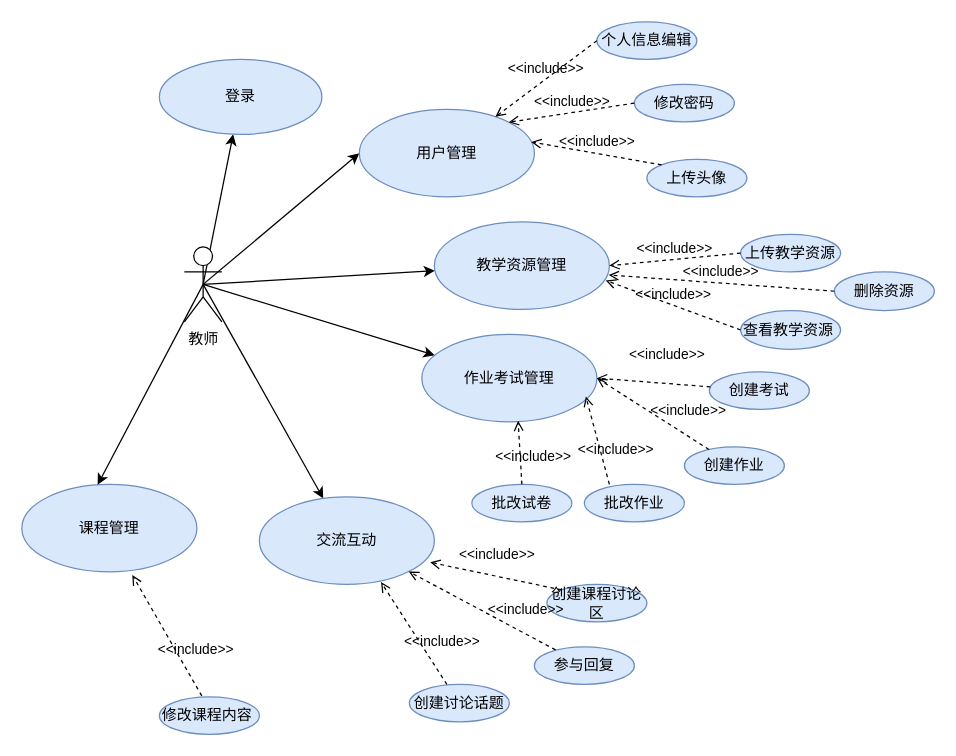
This is Untitled Diagram.drawio from ytrLove/text_repo, a draw.io file, before an edit. Source tidied: cells renumbered, new cells numbered last; positions are measured from the earlier drawing's top-left corner, leaving out a move shared by most shapes. Both pictures are drawn from the tidied source at 125%, with x=0, y=0 at pixel (21, 21).
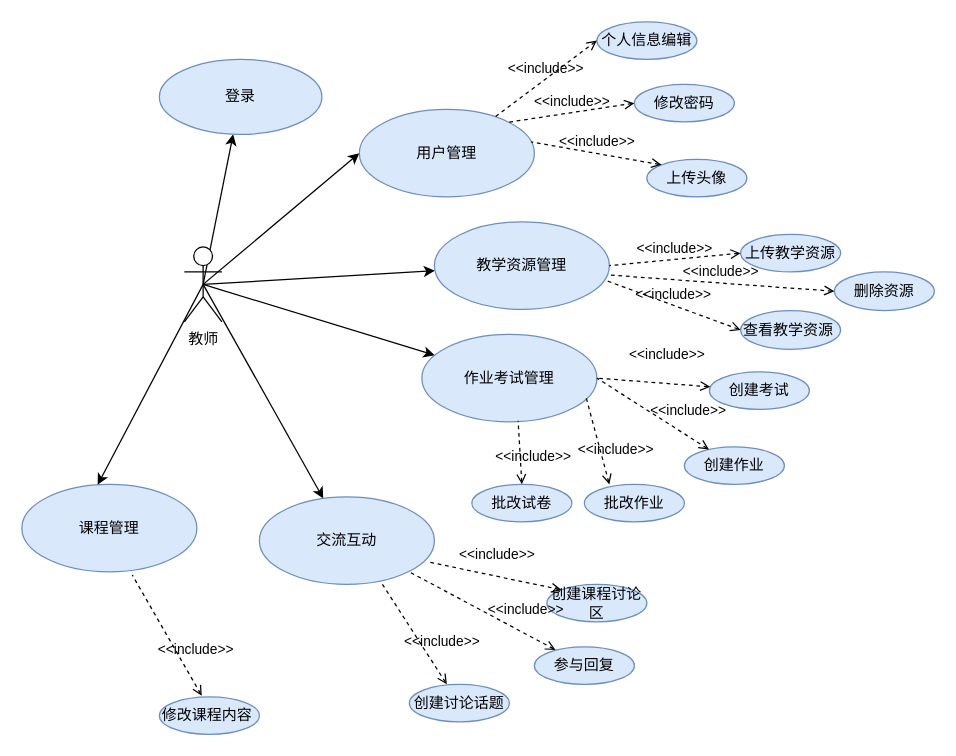
After the change.

Commit message:
教师用例图.drawio

Unchanged cells that the change refers to:
```xml
<mxCell id="9" value="用户管理" style="ellipse;whiteSpace=wrap;html=1;fillColor=#dae8fc;strokeColor=#6c8ebf;" parent="1" vertex="1">
  <mxGeometry x="270" y="70" width="140" height="70" as="geometry" />
</mxCell>
<mxCell id="10" value="教学资源管理" style="ellipse;whiteSpace=wrap;html=1;strokeColor=#6c8ebf;fillColor=#dae8fc;" parent="1" vertex="1">
  <mxGeometry x="330" y="160" width="140" height="70" as="geometry" />
</mxCell>
<mxCell id="11" value="作业考试管理" style="ellipse;whiteSpace=wrap;html=1;strokeColor=#6c8ebf;fillColor=#dae8fc;" parent="1" vertex="1">
  <mxGeometry x="320" y="250" width="140" height="70" as="geometry" />
</mxCell>
<mxCell id="12" value="交流互动" style="ellipse;whiteSpace=wrap;html=1;strokeColor=#6c8ebf;fillColor=#dae8fc;" parent="1" vertex="1">
  <mxGeometry x="190" y="380" width="140" height="70" as="geometry" />
</mxCell>
<mxCell id="13" value="课程管理" style="ellipse;whiteSpace=wrap;html=1;strokeColor=#6c8ebf;fillColor=#dae8fc;" parent="1" vertex="1">
  <mxGeometry y="370" width="140" height="70" as="geometry" />
</mxCell>
<mxCell id="15" value="个人信息编辑" style="ellipse;whiteSpace=wrap;html=1;strokeColor=#6c8ebf;fillColor=#dae8fc;" parent="1" vertex="1">
  <mxGeometry x="460" width="80" height="30" as="geometry" />
</mxCell>
<mxCell id="16" value="修改密码" style="ellipse;whiteSpace=wrap;html=1;strokeColor=#6c8ebf;fillColor=#dae8fc;" parent="1" vertex="1">
  <mxGeometry x="490" y="50" width="80" height="30" as="geometry" />
</mxCell>
<mxCell id="18" value="上传头像" style="ellipse;whiteSpace=wrap;html=1;strokeColor=#6c8ebf;fillColor=#dae8fc;" parent="1" vertex="1">
  <mxGeometry x="500" y="110" width="80" height="30" as="geometry" />
</mxCell>
<mxCell id="22" value="上传教学资源" style="ellipse;whiteSpace=wrap;html=1;fillColor=#dae8fc;strokeColor=#6c8ebf;" parent="1" vertex="1">
  <mxGeometry x="575" y="170" width="80" height="30" as="geometry" />
</mxCell>
<mxCell id="23" value="&lt;div&gt;&lt;br&gt;&lt;/div&gt;查看教学资源&amp;nbsp; &amp;nbsp;&amp;nbsp;" style="ellipse;whiteSpace=wrap;html=1;fillColor=#dae8fc;strokeColor=#6c8ebf;" parent="1" vertex="1">
  <mxGeometry x="575" y="231" width="80" height="31" as="geometry" />
</mxCell>
<mxCell id="24" value="创建考试" style="ellipse;whiteSpace=wrap;html=1;strokeColor=#6c8ebf;fillColor=#dae8fc;" parent="1" vertex="1">
  <mxGeometry x="550" y="280" width="80" height="30" as="geometry" />
</mxCell>
<mxCell id="27" value="创建作业" style="ellipse;whiteSpace=wrap;html=1;strokeColor=#6c8ebf;fillColor=#dae8fc;" parent="1" vertex="1">
  <mxGeometry x="530" y="340" width="80" height="30" as="geometry" />
</mxCell>
<mxCell id="28" value="创建课程讨论区" style="ellipse;whiteSpace=wrap;html=1;strokeColor=#6c8ebf;fillColor=#dae8fc;" parent="1" vertex="1">
  <mxGeometry x="420" y="450" width="80" height="30" as="geometry" />
</mxCell>
<mxCell id="31" value="参与回复" style="ellipse;whiteSpace=wrap;html=1;strokeColor=#6c8ebf;fillColor=#dae8fc;" parent="1" vertex="1">
  <mxGeometry x="410" y="500" width="80" height="30" as="geometry" />
</mxCell>
<mxCell id="32" value="创建讨论话题" style="ellipse;whiteSpace=wrap;html=1;strokeColor=#6c8ebf;fillColor=#dae8fc;" parent="1" vertex="1">
  <mxGeometry x="310" y="530" width="80" height="30" as="geometry" />
</mxCell>
<mxCell id="36" value="修改课程内容&amp;nbsp;" style="ellipse;whiteSpace=wrap;html=1;fillColor=#dae8fc;strokeColor=#6c8ebf;" parent="1" vertex="1">
  <mxGeometry x="110" y="540" width="80" height="30" as="geometry" />
</mxCell>
<mxCell id="38" value="删除资源" style="ellipse;whiteSpace=wrap;html=1;fillColor=#dae8fc;strokeColor=#6c8ebf;" parent="1" vertex="1">
  <mxGeometry x="650" y="200" width="80" height="31" as="geometry" />
</mxCell>
<mxCell id="40" value="批改作业" style="ellipse;whiteSpace=wrap;html=1;strokeColor=#6c8ebf;fillColor=#dae8fc;" parent="1" vertex="1">
  <mxGeometry x="450" y="370" width="80" height="30" as="geometry" />
</mxCell>
<mxCell id="41" value="批改试卷" style="ellipse;whiteSpace=wrap;html=1;strokeColor=#6c8ebf;fillColor=#dae8fc;" parent="1" vertex="1">
  <mxGeometry x="360" y="370" width="80" height="30" as="geometry" />
</mxCell>
```

The edit, as a diff of the source:
```diff
@@
-    <mxCell id="19" value="&amp;lt;&amp;lt;include&amp;gt;&amp;gt;" style="html=1;verticalAlign=bottom;labelBackgroundColor=none;endArrow=open;endFill=0;dashed=1;rounded=0;exitX=0;exitY=0.5;exitDx=0;exitDy=0;" parent="1" edge="1" source="15" target="9">
+    <mxCell id="19" value="&amp;lt;&amp;lt;include&amp;gt;&amp;gt;" style="html=1;verticalAlign=bottom;labelBackgroundColor=none;endArrow=none;endFill=0;dashed=1;rounded=0;exitX=0;exitY=0.5;exitDx=0;exitDy=0;startFill=0;startArrow=open;" parent="1" edge="1" source="15" target="9">
       <mxGeometry relative="1" as="geometry" />
     </mxCell>
-    <mxCell id="20" value="&amp;lt;&amp;lt;include&amp;gt;&amp;gt;" style="html=1;verticalAlign=bottom;labelBackgroundColor=none;endArrow=open;endFill=0;dashed=1;rounded=0;exitX=0;exitY=0.5;exitDx=0;exitDy=0;entryX=1;entryY=0;entryDx=0;entryDy=0;" parent="1" edge="1" source="16" target="9">
+    <mxCell id="20" value="&amp;lt;&amp;lt;include&amp;gt;&amp;gt;" style="html=1;verticalAlign=bottom;labelBackgroundColor=none;endArrow=none;endFill=0;dashed=1;rounded=0;exitX=0;exitY=0.5;exitDx=0;exitDy=0;entryX=1;entryY=0;entryDx=0;entryDy=0;startFill=0;startArrow=open;" parent="1" edge="1" source="16" target="9">
       <mxGeometry relative="1" as="geometry" />
     </mxCell>
-    <mxCell id="21" value="&amp;lt;&amp;lt;include&amp;gt;&amp;gt;" style="html=1;verticalAlign=bottom;labelBackgroundColor=none;endArrow=open;endFill=0;dashed=1;rounded=0;exitX=0;exitY=0;exitDx=0;exitDy=0;entryX=0.982;entryY=0.372;entryDx=0;entryDy=0;entryPerimeter=0;" parent="1" edge="1" source="18" target="9">
+    <mxCell id="21" value="&amp;lt;&amp;lt;include&amp;gt;&amp;gt;" style="html=1;verticalAlign=bottom;labelBackgroundColor=none;endArrow=none;endFill=0;dashed=1;rounded=0;exitX=0;exitY=0;exitDx=0;exitDy=0;entryX=0.982;entryY=0.372;entryDx=0;entryDy=0;entryPerimeter=0;startFill=0;startArrow=open;" parent="1" edge="1" source="18" target="9">
       <mxGeometry relative="1" as="geometry" />
     </mxCell>
@@
-    <mxCell id="25" value="&amp;lt;&amp;lt;include&amp;gt;&amp;gt;" style="html=1;verticalAlign=bottom;labelBackgroundColor=none;endArrow=open;endFill=0;dashed=1;rounded=0;exitX=0;exitY=0.5;exitDx=0;exitDy=0;entryX=1;entryY=0.5;entryDx=0;entryDy=0;" parent="1" edge="1" source="22" target="10">
+    <mxCell id="25" value="&amp;lt;&amp;lt;include&amp;gt;&amp;gt;" style="html=1;verticalAlign=bottom;labelBackgroundColor=none;endArrow=none;endFill=0;dashed=1;rounded=0;exitX=0;exitY=0.5;exitDx=0;exitDy=0;entryX=1;entryY=0.5;entryDx=0;entryDy=0;startFill=0;startArrow=open;" parent="1" edge="1" source="22" target="10">
       <mxGeometry relative="1" as="geometry" />
     </mxCell>
-    <mxCell id="26" value="&amp;lt;&amp;lt;include&amp;gt;&amp;gt;" style="html=1;verticalAlign=bottom;labelBackgroundColor=none;endArrow=open;endFill=0;dashed=1;rounded=0;exitX=0;exitY=0.5;exitDx=0;exitDy=0;entryX=0.979;entryY=0.669;entryDx=0;entryDy=0;entryPerimeter=0;" parent="1" edge="1" source="23" target="10">
+    <mxCell id="26" value="&amp;lt;&amp;lt;include&amp;gt;&amp;gt;" style="html=1;verticalAlign=bottom;labelBackgroundColor=none;endArrow=none;endFill=0;dashed=1;rounded=0;exitX=0;exitY=0.5;exitDx=0;exitDy=0;entryX=0.979;entryY=0.669;entryDx=0;entryDy=0;entryPerimeter=0;startFill=0;startArrow=open;" parent="1" edge="1" source="23" target="10">
       <mxGeometry relative="1" as="geometry" />
     </mxCell>
@@
-    <mxCell id="29" value="&amp;lt;&amp;lt;include&amp;gt;&amp;gt;" style="html=1;verticalAlign=bottom;labelBackgroundColor=none;endArrow=open;endFill=0;dashed=1;rounded=0;entryX=1;entryY=0.5;entryDx=0;entryDy=0;" parent="1" edge="1" source="24" target="11">
+    <mxCell id="29" value="&amp;lt;&amp;lt;include&amp;gt;&amp;gt;" style="html=1;verticalAlign=bottom;labelBackgroundColor=none;endArrow=none;endFill=0;dashed=1;rounded=0;entryX=1;entryY=0.5;entryDx=0;entryDy=0;startFill=0;startArrow=open;" parent="1" edge="1" source="24" target="11">
       <mxGeometry x="-0.21" y="-14" relative="1" as="geometry" />
     </mxCell>
-    <mxCell id="30" value="&amp;lt;&amp;lt;include&amp;gt;&amp;gt;" style="html=1;verticalAlign=bottom;labelBackgroundColor=none;endArrow=open;endFill=0;dashed=1;rounded=0;entryX=1;entryY=0.5;entryDx=0;entryDy=0;" parent="1" edge="1" source="27" target="11">
+    <mxCell id="30" value="&amp;lt;&amp;lt;include&amp;gt;&amp;gt;" style="html=1;verticalAlign=bottom;labelBackgroundColor=none;endArrow=none;endFill=0;dashed=1;rounded=0;entryX=1;entryY=0.5;entryDx=0;entryDy=0;startFill=0;startArrow=open;" parent="1" edge="1" source="27" target="11">
       <mxGeometry x="-0.52" y="-10" relative="1" as="geometry" />
     </mxCell>
@@
-    <mxCell id="33" value="&amp;lt;&amp;lt;include&amp;gt;&amp;gt;" style="html=1;verticalAlign=bottom;labelBackgroundColor=none;endArrow=open;endFill=0;dashed=1;rounded=0;entryX=0.976;entryY=0.748;entryDx=0;entryDy=0;entryPerimeter=0;exitX=0;exitY=0;exitDx=0;exitDy=0;" parent="1" edge="1" source="28" target="12">
+    <mxCell id="33" value="&amp;lt;&amp;lt;include&amp;gt;&amp;gt;" style="html=1;verticalAlign=bottom;labelBackgroundColor=none;endArrow=none;endFill=0;dashed=1;rounded=0;entryX=0.976;entryY=0.748;entryDx=0;entryDy=0;entryPerimeter=0;exitX=0;exitY=0;exitDx=0;exitDy=0;startFill=0;startArrow=open;" parent="1" edge="1" source="28" target="12">
       <mxGeometry x="0.02" y="-8" relative="1" as="geometry" />
     </mxCell>
-    <mxCell id="34" value="&amp;lt;&amp;lt;include&amp;gt;&amp;gt;" style="html=1;verticalAlign=bottom;labelBackgroundColor=none;endArrow=open;endFill=0;dashed=1;rounded=0;entryX=1;entryY=1;entryDx=0;entryDy=0;exitX=0.212;exitY=0.081;exitDx=0;exitDy=0;exitPerimeter=0;" parent="1" edge="1" source="31" target="12">
+    <mxCell id="34" value="&amp;lt;&amp;lt;include&amp;gt;&amp;gt;" style="html=1;verticalAlign=bottom;labelBackgroundColor=none;endArrow=none;endFill=0;dashed=1;rounded=0;entryX=1;entryY=1;entryDx=0;entryDy=0;exitX=0.212;exitY=0.081;exitDx=0;exitDy=0;exitPerimeter=0;startFill=0;startArrow=open;" parent="1" edge="1" source="31" target="12">
       <mxGeometry x="-0.52" y="-10" relative="1" as="geometry" />
     </mxCell>
-    <mxCell id="35" value="&amp;lt;&amp;lt;include&amp;gt;&amp;gt;" style="html=1;verticalAlign=bottom;labelBackgroundColor=none;endArrow=open;endFill=0;dashed=1;rounded=0;entryX=0.695;entryY=0.974;entryDx=0;entryDy=0;exitX=0.375;exitY=0;exitDx=0;exitDy=0;exitPerimeter=0;entryPerimeter=0;" parent="1" edge="1" source="32" target="12">
+    <mxCell id="35" value="&amp;lt;&amp;lt;include&amp;gt;&amp;gt;" style="html=1;verticalAlign=bottom;labelBackgroundColor=none;endArrow=none;endFill=0;dashed=1;rounded=0;entryX=0.695;entryY=0.974;entryDx=0;entryDy=0;exitX=0.375;exitY=0;exitDx=0;exitDy=0;exitPerimeter=0;entryPerimeter=0;startFill=0;startArrow=open;" parent="1" edge="1" source="32" target="12">
       <mxGeometry x="-0.52" y="-10" relative="1" as="geometry" />
     </mxCell>
@@
-    <mxCell id="37" value="&amp;lt;&amp;lt;include&amp;gt;&amp;gt;" style="html=1;verticalAlign=bottom;labelBackgroundColor=none;endArrow=open;endFill=0;dashed=1;rounded=0;entryX=0.631;entryY=1.036;entryDx=0;entryDy=0;exitX=0.424;exitY=-0.028;exitDx=0;exitDy=0;entryPerimeter=0;exitPerimeter=0;" parent="1" edge="1" source="36" target="13">
+    <mxCell id="37" value="&amp;lt;&amp;lt;include&amp;gt;&amp;gt;" style="html=1;verticalAlign=bottom;labelBackgroundColor=none;endArrow=none;endFill=0;dashed=1;rounded=0;entryX=0.631;entryY=1.036;entryDx=0;entryDy=0;exitX=0.424;exitY=-0.028;exitDx=0;exitDy=0;entryPerimeter=0;exitPerimeter=0;startFill=0;startArrow=open;" parent="1" edge="1" source="36" target="13">
       <mxGeometry x="-0.52" y="-10" relative="1" as="geometry" />
     </mxCell>
@@
-    <mxCell id="39" value="&amp;lt;&amp;lt;include&amp;gt;&amp;gt;" style="html=1;verticalAlign=bottom;labelBackgroundColor=none;endArrow=open;endFill=0;dashed=1;rounded=0;exitX=0;exitY=0.5;exitDx=0;exitDy=0;entryX=0.996;entryY=0.607;entryDx=0;entryDy=0;entryPerimeter=0;" parent="1" edge="1" source="38" target="10">
+    <mxCell id="39" value="&amp;lt;&amp;lt;include&amp;gt;&amp;gt;" style="html=1;verticalAlign=bottom;labelBackgroundColor=none;endArrow=none;endFill=0;dashed=1;rounded=0;exitX=0;exitY=0.5;exitDx=0;exitDy=0;entryX=0.996;entryY=0.607;entryDx=0;entryDy=0;entryPerimeter=0;startFill=0;startArrow=open;" parent="1" edge="1" source="38" target="10">
       <mxGeometry relative="1" as="geometry" />
     </mxCell>
@@
-    <mxCell id="42" value="&amp;lt;&amp;lt;include&amp;gt;&amp;gt;" style="html=1;verticalAlign=bottom;labelBackgroundColor=none;endArrow=open;endFill=0;dashed=1;rounded=0;entryX=0.937;entryY=0.71;entryDx=0;entryDy=0;entryPerimeter=0;exitX=0.25;exitY=0;exitDx=0;exitDy=0;exitPerimeter=0;" parent="1" edge="1" source="40" target="11">
+    <mxCell id="42" value="&amp;lt;&amp;lt;include&amp;gt;&amp;gt;" style="html=1;verticalAlign=bottom;labelBackgroundColor=none;endArrow=none;endFill=0;dashed=1;rounded=0;entryX=0.937;entryY=0.71;entryDx=0;entryDy=0;entryPerimeter=0;exitX=0.25;exitY=0;exitDx=0;exitDy=0;exitPerimeter=0;startFill=0;startArrow=open;" parent="1" edge="1" source="40" target="11">
       <mxGeometry x="-0.52" y="-10" relative="1" as="geometry" />
     </mxCell>
-    <mxCell id="43" value="&amp;lt;&amp;lt;include&amp;gt;&amp;gt;" style="html=1;verticalAlign=bottom;labelBackgroundColor=none;endArrow=open;endFill=0;dashed=1;rounded=0;entryX=0.55;entryY=0.988;entryDx=0;entryDy=0;entryPerimeter=0;exitX=0.5;exitY=0;exitDx=0;exitDy=0;" parent="1" edge="1" source="41" target="11">
+    <mxCell id="43" value="&amp;lt;&amp;lt;include&amp;gt;&amp;gt;" style="html=1;verticalAlign=bottom;labelBackgroundColor=none;endArrow=none;endFill=0;dashed=1;rounded=0;entryX=0.55;entryY=0.988;entryDx=0;entryDy=0;entryPerimeter=0;exitX=0.5;exitY=0;exitDx=0;exitDy=0;startFill=0;startArrow=open;" parent="1" edge="1" source="41" target="11">
       <mxGeometry x="-0.52" y="-10" relative="1" as="geometry" />
     </mxCell>
```
